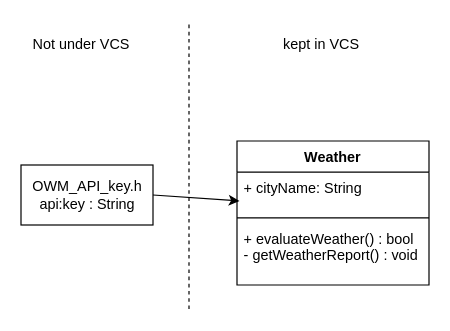
The draw.io diagram doc/Bilag/02 Udvælgelse af Komponenter(SW_og_HW)/01 Info om Valgte Komponenter/W1 - Weather/Weather_API.drawio in VintherWolf/miotywaffles, before the edit. Source tidied: cells renumbered, new cells numbered last; positions are measured from the earlier drawing's top-left corner, leaving out a move shared by most shapes. Both pictures are drawn from the tidied source at 120%, with x=0, y=0 at pixel (20, 20).
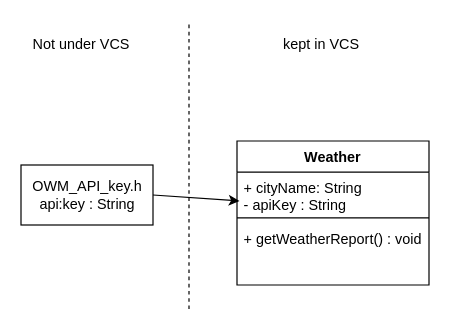
The same page after the edit.

Commit message (it also covers changes not shown here):
Add weather report webhook

What changed in the source:
```diff
@@
 <mxGraphModel>
   <root>
     <mxCell id="0" />
     <mxCell id="1" parent="0" />
     <mxCell id="2" style="rounded=0;jettySize=auto;html=1;exitX=1;exitY=0.5;exitDx=0;exitDy=0;entryX=0.013;entryY=0.706;entryDx=0;entryDy=0;entryPerimeter=0;" parent="1" edge="1" source="3" target="5">
       <mxGeometry relative="1" as="geometry" />
     </mxCell>
     <mxCell id="3" value="OWM_API_key.h&lt;br&gt;api:key : String" style="html=1;" parent="1" vertex="1">
       <mxGeometry y="120" width="110" height="50" as="geometry" />
     </mxCell>
     <mxCell id="4" value="Weather" style="swimlane;fontStyle=1;align=center;verticalAlign=top;horizontal=1;startSize=26;" parent="1" vertex="1">
       <mxGeometry x="180" y="100" width="160" height="120" as="geometry" />
     </mxCell>
-    <mxCell id="5" value="+ cityName: String" style="text;strokeColor=none;fillColor=none;align=left;verticalAlign=top;spacingLeft=4;spacingRight=4;overflow=hidden;points=[[0,0.5],[1,0.5]];portConstraint=eastwest;" parent="4" vertex="1">
+    <mxCell id="5" value="+ cityName: String&#10;- apiKey : String" style="text;strokeColor=none;fillColor=none;align=left;verticalAlign=top;spacingLeft=4;spacingRight=4;overflow=hidden;points=[[0,0.5],[1,0.5]];portConstraint=eastwest;" parent="4" vertex="1">
       <mxGeometry y="26" width="160" height="34" as="geometry" />
     </mxCell>
     <mxCell id="6" style="line;strokeWidth=1;fillColor=none;align=left;verticalAlign=middle;spacingTop=-1;spacingLeft=3;spacingRight=3;labelPosition=right;" parent="4" vertex="1">
       <mxGeometry y="60" width="160" height="8" as="geometry" />
     </mxCell>
-    <mxCell id="7" value="+ evaluateWeather() : bool&#10;- getWeatherReport() : void" style="text;strokeColor=none;fillColor=none;align=left;verticalAlign=top;spacingLeft=4;spacingRight=4;overflow=hidden;" parent="4" vertex="1">
+    <mxCell id="7" value="+ getWeatherReport() : void" style="text;strokeColor=none;fillColor=none;align=left;verticalAlign=top;spacingLeft=4;spacingRight=4;overflow=hidden;" parent="4" vertex="1">
       <mxGeometry y="68" width="160" height="52" as="geometry" />
     </mxCell>
     <mxCell id="8" style="endArrow=none;dashed=1;html=1;" parent="1" edge="1">
       <mxGeometry relative="1" as="geometry">
         <mxPoint x="140" y="240" as="sourcePoint" />
         <mxPoint x="140" as="targetPoint" />
       </mxGeometry>
     </mxCell>
     <mxCell id="9" value="Not under VCS" style="text;html=1;align=center;verticalAlign=middle;" parent="1" vertex="1">
       <mxGeometry y="10" width="100" height="20" as="geometry" />
     </mxCell>
     <mxCell id="10" value="kept in VCS" style="text;html=1;align=center;verticalAlign=middle;" parent="1" vertex="1">
       <mxGeometry x="210" y="10" width="80" height="20" as="geometry" />
     </mxCell>
   </root>
 </mxGraphModel>
```
